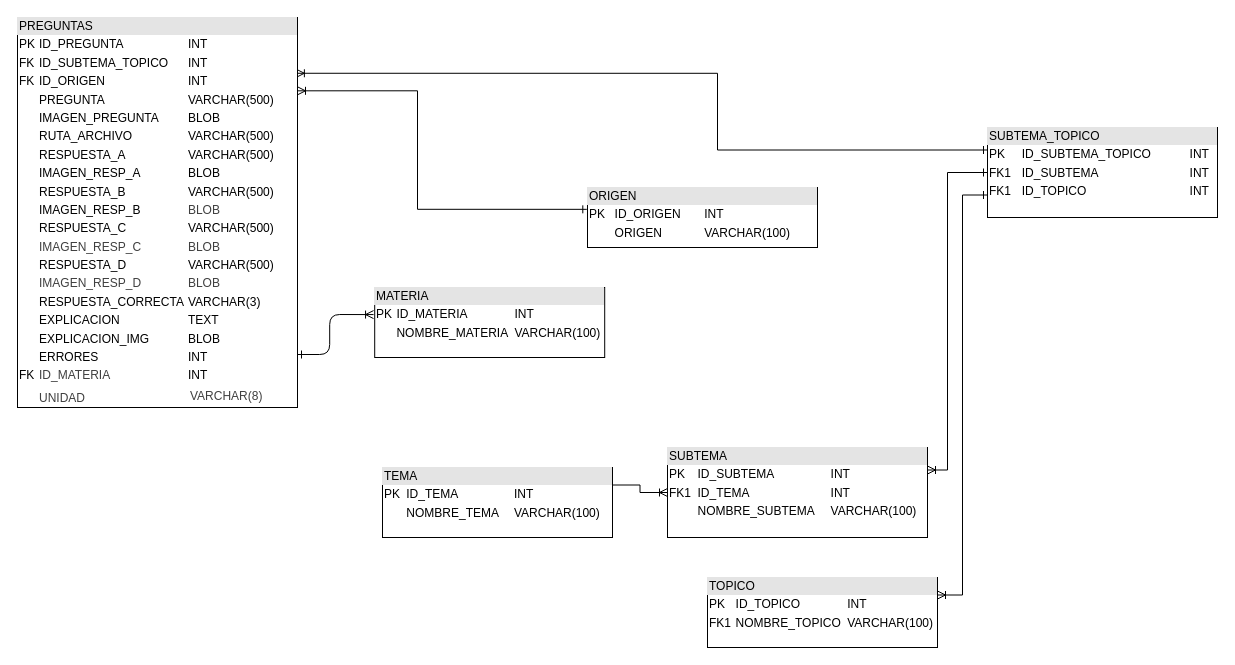
Above: DIAGRAMAS/DIAGRAMA_BD_UML_EXAMTESTER.drawio in AlejandroSaul/EXAMTESTER (draw.io), before the change. Source tidied: cells renumbered, new cells numbered last; positions are measured from the earlier drawing's top-left corner, leaving out a move shared by most shapes. Both pictures are drawn from the tidied source at 100%, with x=0, y=0 at pixel (17, 17).
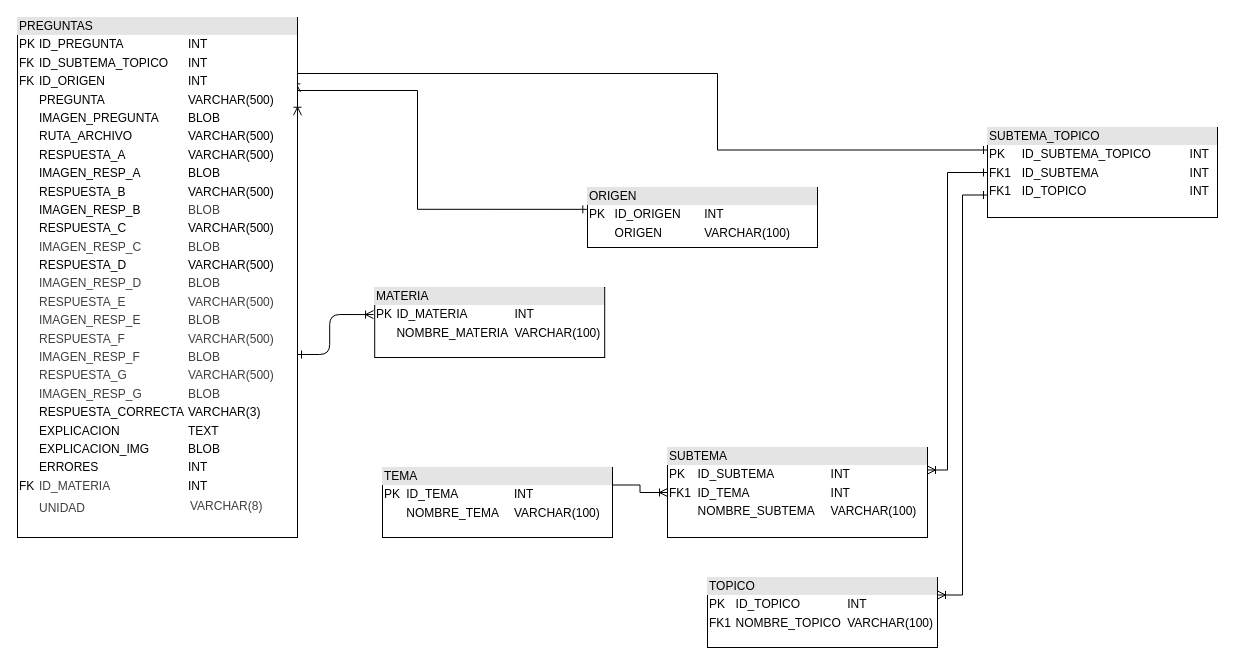
After the change.

The edit, as a diff of the source:
```diff
@@
-    <mxCell id="10" value="&lt;div style=&quot;box-sizing: border-box; width: 100%; background: rgb(228, 228, 228); padding: 2px;&quot;&gt;PREGUNTAS&lt;/div&gt;&lt;table style=&quot;width:100%;font-size:1em;&quot; cellpadding=&quot;2&quot; cellspacing=&quot;0&quot;&gt;&lt;tbody&gt;&lt;tr&gt;&lt;td&gt;PK&lt;/td&gt;&lt;td&gt;ID_PREGUNTA&lt;/td&gt;&lt;td&gt;INT&lt;/td&gt;&lt;/tr&gt;&lt;tr&gt;&lt;td&gt;FK&lt;/td&gt;&lt;td&gt;ID_SUBTEMA_TOPICO&lt;/td&gt;&lt;td&gt;INT&lt;/td&gt;&lt;/tr&gt;&lt;tr&gt;&lt;td&gt;FK&lt;/td&gt;&lt;td&gt;ID_ORIGEN&lt;/td&gt;&lt;td&gt;INT&lt;/td&gt;&lt;/tr&gt;&lt;tr&gt;&lt;td&gt;&lt;br&gt;&lt;/td&gt;&lt;td&gt;PREGUNTA&lt;/td&gt;&lt;td&gt;VARCHAR(500)&lt;/td&gt;&lt;/tr&gt;&lt;tr&gt;&lt;td&gt;&lt;br&gt;&lt;/td&gt;&lt;td&gt;IMAGEN_PREGUNTA&lt;/td&gt;&lt;td&gt;BLOB&lt;/td&gt;&lt;/tr&gt;&lt;tr&gt;&lt;td&gt;&lt;br&gt;&lt;/td&gt;&lt;td&gt;RUTA_ARCHIVO&lt;/td&gt;&lt;td&gt;VARCHAR(500)&lt;/td&gt;&lt;/tr&gt;&lt;tr&gt;&lt;td&gt;&lt;br&gt;&lt;/td&gt;&lt;td&gt;RESPUESTA_A&lt;/td&gt;&lt;td&gt;VARCHAR(500)&lt;/td&gt;&lt;/tr&gt;&lt;tr&gt;&lt;td&gt;&lt;br&gt;&lt;/td&gt;&lt;td&gt;IMAGEN_RESP_A&lt;/td&gt;&lt;td&gt;BLOB&lt;/td&gt;&lt;/tr&gt;&lt;tr&gt;&lt;td&gt;&lt;br&gt;&lt;/td&gt;&lt;td&gt;RESPUESTA_B&lt;/td&gt;&lt;td&gt;VARCHAR(500)&lt;/td&gt;&lt;/tr&gt;&lt;tr&gt;&lt;td&gt;&lt;br&gt;&lt;/td&gt;&lt;td&gt;IMAGEN_RESP_B&lt;/td&gt;&lt;td&gt;&lt;span style=&quot;color: rgb(63, 63, 63);&quot;&gt;BLOB&lt;/span&gt;&lt;/td&gt;&lt;/tr&gt;&lt;tr&gt;&lt;td&gt;&lt;br&gt;&lt;/td&gt;&lt;td&gt;RESPUESTA_C&lt;/td&gt;&lt;td&gt;VARCHAR(500)&lt;/td&gt;&lt;/tr&gt;&lt;tr&gt;&lt;td&gt;&lt;br&gt;&lt;/td&gt;&lt;td&gt;&lt;span style=&quot;color: rgb(63, 63, 63);&quot;&gt;IMAGEN_RESP_C&lt;/span&gt;&lt;/td&gt;&lt;td&gt;&lt;span style=&quot;color: rgb(63, 63, 63);&quot;&gt;BLOB&lt;/span&gt;&lt;/td&gt;&lt;/tr&gt;&lt;tr&gt;&lt;td&gt;&lt;br&gt;&lt;/td&gt;&lt;td&gt;RESPUESTA_D&lt;/td&gt;&lt;td&gt;VARCHAR(500)&lt;/td&gt;&lt;/tr&gt;&lt;tr&gt;&lt;td&gt;&lt;br&gt;&lt;/td&gt;&lt;td&gt;&lt;span style=&quot;color: rgb(63, 63, 63);&quot;&gt;IMAGEN_RESP_D&lt;/span&gt;&lt;/td&gt;&lt;td&gt;&lt;span style=&quot;color: rgb(63, 63, 63);&quot;&gt;BLOB&lt;/span&gt;&lt;/td&gt;&lt;/tr&gt;&lt;tr&gt;&lt;td&gt;&lt;br&gt;&lt;/td&gt;&lt;td&gt;RESPUESTA_CORRECTA&lt;/td&gt;&lt;td&gt;VARCHAR(3)&lt;/td&gt;&lt;/tr&gt;&lt;tr&gt;&lt;td&gt;&lt;br&gt;&lt;/td&gt;&lt;td&gt;EXPLICACION&lt;/td&gt;&lt;td&gt;TEXT&lt;/td&gt;&lt;/tr&gt;&lt;tr&gt;&lt;td&gt;&lt;br&gt;&lt;/td&gt;&lt;td&gt;EXPLICACION_IMG&lt;/td&gt;&lt;td&gt;BLOB&lt;/td&gt;&lt;/tr&gt;&lt;tr&gt;&lt;td&gt;&lt;br&gt;&lt;/td&gt;&lt;td&gt;ERRORES&lt;/td&gt;&lt;td&gt;INT&lt;/td&gt;&lt;/tr&gt;&lt;tr&gt;&lt;td&gt;FK&lt;/td&gt;&lt;td&gt;&lt;span style=&quot;color: rgb(63, 63, 63);&quot;&gt;ID_MATERIA&lt;/span&gt;&lt;/td&gt;&lt;td&gt;INT&lt;/td&gt;&lt;/tr&gt;&lt;tr&gt;&lt;td&gt;&lt;br&gt;&lt;/td&gt;&lt;td&gt;&lt;span style=&quot;color: rgb(63, 63, 63);&quot;&gt;UNIDAD&lt;/span&gt;&lt;/td&gt;&lt;td&gt;&lt;table style=&quot;color: rgb(63, 63, 63); scrollbar-color: rgb(226, 226, 226) rgb(251, 251, 251); font-size: 1em; width: 240px;&quot; cellpadding=&quot;2&quot; cellspacing=&quot;0&quot;&gt;&lt;tbody style=&quot;color: rgb(63, 63, 63); scrollbar-color: rgb(226, 226, 226) rgb(251, 251, 251);&quot;&gt;&lt;tr style=&quot;color: rgb(63, 63, 63); scrollbar-color: rgb(226, 226, 226) rgb(251, 251, 251);&quot;&gt;&lt;td style=&quot;color: rgb(63, 63, 63); scrollbar-color: rgb(226, 226, 226) rgb(251, 251, 251);&quot;&gt;VARCHAR(8)&lt;/td&gt;&lt;/tr&gt;&lt;tr style=&quot;color: rgb(63, 63, 63); scrollbar-color: rgb(226, 226, 226) rgb(251, 251, 251);&quot;&gt;&lt;td style=&quot;color: rgb(63, 63, 63); scrollbar-color: rgb(226, 226, 226) rgb(251, 251, 251);&quot;&gt;&lt;/td&gt;&lt;/tr&gt;&lt;/tbody&gt;&lt;/table&gt;&lt;/td&gt;&lt;/tr&gt;&lt;/tbody&gt;&lt;/table&gt;" style="verticalAlign=top;align=left;overflow=fill;html=1;whiteSpace=wrap;" parent="1" vertex="1">
-      <mxGeometry width="280" height="390" as="geometry" />
+    <mxCell id="10" value="&lt;div style=&quot;box-sizing: border-box; width: 100%; background: rgb(228, 228, 228); padding: 2px;&quot;&gt;PREGUNTAS&lt;/div&gt;&lt;table style=&quot;width:100%;font-size:1em;&quot; cellpadding=&quot;2&quot; cellspacing=&quot;0&quot;&gt;&lt;tbody&gt;&lt;tr&gt;&lt;td&gt;PK&lt;/td&gt;&lt;td&gt;ID_PREGUNTA&lt;/td&gt;&lt;td&gt;INT&lt;/td&gt;&lt;/tr&gt;&lt;tr&gt;&lt;td&gt;FK&lt;/td&gt;&lt;td&gt;ID_SUBTEMA_TOPICO&lt;/td&gt;&lt;td&gt;INT&lt;/td&gt;&lt;/tr&gt;&lt;tr&gt;&lt;td&gt;FK&lt;/td&gt;&lt;td&gt;ID_ORIGEN&lt;/td&gt;&lt;td&gt;INT&lt;/td&gt;&lt;/tr&gt;&lt;tr&gt;&lt;td&gt;&lt;br&gt;&lt;/td&gt;&lt;td&gt;PREGUNTA&lt;/td&gt;&lt;td&gt;VARCHAR(500)&lt;/td&gt;&lt;/tr&gt;&lt;tr&gt;&lt;td&gt;&lt;br&gt;&lt;/td&gt;&lt;td&gt;IMAGEN_PREGUNTA&lt;/td&gt;&lt;td&gt;BLOB&lt;/td&gt;&lt;/tr&gt;&lt;tr&gt;&lt;td&gt;&lt;br&gt;&lt;/td&gt;&lt;td&gt;RUTA_ARCHIVO&lt;/td&gt;&lt;td&gt;VARCHAR(500)&lt;/td&gt;&lt;/tr&gt;&lt;tr&gt;&lt;td&gt;&lt;br&gt;&lt;/td&gt;&lt;td&gt;RESPUESTA_A&lt;/td&gt;&lt;td&gt;VARCHAR(500)&lt;/td&gt;&lt;/tr&gt;&lt;tr&gt;&lt;td&gt;&lt;br&gt;&lt;/td&gt;&lt;td&gt;IMAGEN_RESP_A&lt;/td&gt;&lt;td&gt;BLOB&lt;/td&gt;&lt;/tr&gt;&lt;tr&gt;&lt;td&gt;&lt;br&gt;&lt;/td&gt;&lt;td&gt;RESPUESTA_B&lt;/td&gt;&lt;td&gt;VARCHAR(500)&lt;/td&gt;&lt;/tr&gt;&lt;tr&gt;&lt;td&gt;&lt;br&gt;&lt;/td&gt;&lt;td&gt;IMAGEN_RESP_B&lt;/td&gt;&lt;td&gt;&lt;span style=&quot;color: rgb(63, 63, 63);&quot;&gt;BLOB&lt;/span&gt;&lt;/td&gt;&lt;/tr&gt;&lt;tr&gt;&lt;td&gt;&lt;br&gt;&lt;/td&gt;&lt;td&gt;RESPUESTA_C&lt;/td&gt;&lt;td&gt;VARCHAR(500)&lt;/td&gt;&lt;/tr&gt;&lt;tr&gt;&lt;td&gt;&lt;br&gt;&lt;/td&gt;&lt;td&gt;&lt;span style=&quot;color: rgb(63, 63, 63);&quot;&gt;IMAGEN_RESP_C&lt;/span&gt;&lt;/td&gt;&lt;td&gt;&lt;span style=&quot;color: rgb(63, 63, 63);&quot;&gt;BLOB&lt;/span&gt;&lt;/td&gt;&lt;/tr&gt;&lt;tr&gt;&lt;td&gt;&lt;br&gt;&lt;/td&gt;&lt;td&gt;RESPUESTA_D&lt;/td&gt;&lt;td&gt;VARCHAR(500)&lt;/td&gt;&lt;/tr&gt;&lt;tr&gt;&lt;td&gt;&lt;br&gt;&lt;/td&gt;&lt;td&gt;&lt;span style=&quot;color: rgb(63, 63, 63);&quot;&gt;IMAGEN_RESP_D&lt;/span&gt;&lt;/td&gt;&lt;td&gt;&lt;span style=&quot;color: rgb(63, 63, 63);&quot;&gt;BLOB&lt;/span&gt;&lt;/td&gt;&lt;/tr&gt;&lt;tr&gt;&lt;td&gt;&lt;br&gt;&lt;/td&gt;&lt;td&gt;&lt;span style=&quot;color: rgb(63, 63, 63);&quot;&gt;RESPUESTA_E&lt;/span&gt;&lt;/td&gt;&lt;td&gt;&lt;span style=&quot;color: rgb(63, 63, 63);&quot;&gt;VARCHAR(500)&lt;/span&gt;&lt;/td&gt;&lt;/tr&gt;&lt;tr&gt;&lt;td&gt;&lt;br&gt;&lt;/td&gt;&lt;td&gt;&lt;span style=&quot;color: rgb(63, 63, 63);&quot;&gt;IMAGEN_RESP_E&lt;/span&gt;&lt;/td&gt;&lt;td&gt;&lt;span style=&quot;color: rgb(63, 63, 63);&quot;&gt;BLOB&lt;/span&gt;&lt;/td&gt;&lt;/tr&gt;&lt;tr&gt;&lt;td&gt;&lt;br&gt;&lt;/td&gt;&lt;td&gt;&lt;span style=&quot;color: rgb(63, 63, 63);&quot;&gt;RESPUESTA_F&lt;/span&gt;&lt;/td&gt;&lt;td&gt;&lt;span style=&quot;color: rgb(63, 63, 63);&quot;&gt;VARCHAR(500)&lt;/span&gt;&lt;/td&gt;&lt;/tr&gt;&lt;tr&gt;&lt;td&gt;&lt;br&gt;&lt;/td&gt;&lt;td&gt;&lt;span style=&quot;color: rgb(63, 63, 63);&quot;&gt;IMAGEN_RESP_F&lt;/span&gt;&lt;/td&gt;&lt;td&gt;&lt;span style=&quot;color: rgb(63, 63, 63);&quot;&gt;BLOB&lt;/span&gt;&lt;/td&gt;&lt;/tr&gt;&lt;tr&gt;&lt;td&gt;&lt;br&gt;&lt;/td&gt;&lt;td&gt;&lt;span style=&quot;color: rgb(63, 63, 63);&quot;&gt;RESPUESTA_G&lt;/span&gt;&lt;/td&gt;&lt;td&gt;&lt;span style=&quot;color: rgb(63, 63, 63);&quot;&gt;VARCHAR(500)&lt;/span&gt;&lt;/td&gt;&lt;/tr&gt;&lt;tr&gt;&lt;td&gt;&lt;br&gt;&lt;/td&gt;&lt;td&gt;&lt;span style=&quot;color: rgb(63, 63, 63);&quot;&gt;IMAGEN_RESP_G&lt;/span&gt;&lt;/td&gt;&lt;td&gt;&lt;span style=&quot;color: rgb(63, 63, 63);&quot;&gt;BLOB&lt;/span&gt;&lt;/td&gt;&lt;/tr&gt;&lt;tr&gt;&lt;td&gt;&lt;br&gt;&lt;/td&gt;&lt;td&gt;RESPUESTA_CORRECTA&lt;/td&gt;&lt;td&gt;VARCHAR(3)&lt;/td&gt;&lt;/tr&gt;&lt;tr&gt;&lt;td&gt;&lt;br&gt;&lt;/td&gt;&lt;td&gt;EXPLICACION&lt;/td&gt;&lt;td&gt;TEXT&lt;/td&gt;&lt;/tr&gt;&lt;tr&gt;&lt;td&gt;&lt;br&gt;&lt;/td&gt;&lt;td&gt;EXPLICACION_IMG&lt;/td&gt;&lt;td&gt;BLOB&lt;/td&gt;&lt;/tr&gt;&lt;tr&gt;&lt;td&gt;&lt;br&gt;&lt;/td&gt;&lt;td&gt;ERRORES&lt;/td&gt;&lt;td&gt;INT&lt;/td&gt;&lt;/tr&gt;&lt;tr&gt;&lt;td&gt;FK&lt;/td&gt;&lt;td&gt;&lt;span style=&quot;color: rgb(63, 63, 63);&quot;&gt;ID_MATERIA&lt;/span&gt;&lt;/td&gt;&lt;td&gt;INT&lt;/td&gt;&lt;/tr&gt;&lt;tr&gt;&lt;td&gt;&lt;br&gt;&lt;/td&gt;&lt;td&gt;&lt;span style=&quot;color: rgb(63, 63, 63);&quot;&gt;UNIDAD&lt;/span&gt;&lt;/td&gt;&lt;td&gt;&lt;table style=&quot;color: rgb(63, 63, 63); scrollbar-color: rgb(226, 226, 226) rgb(251, 251, 251); font-size: 1em; width: 240px;&quot; cellpadding=&quot;2&quot; cellspacing=&quot;0&quot;&gt;&lt;tbody style=&quot;color: rgb(63, 63, 63); scrollbar-color: rgb(226, 226, 226) rgb(251, 251, 251);&quot;&gt;&lt;tr style=&quot;color: rgb(63, 63, 63); scrollbar-color: rgb(226, 226, 226) rgb(251, 251, 251);&quot;&gt;&lt;td style=&quot;color: rgb(63, 63, 63); scrollbar-color: rgb(226, 226, 226) rgb(251, 251, 251);&quot;&gt;VARCHAR(8)&lt;/td&gt;&lt;/tr&gt;&lt;tr style=&quot;color: rgb(63, 63, 63); scrollbar-color: rgb(226, 226, 226) rgb(251, 251, 251);&quot;&gt;&lt;td style=&quot;color: rgb(63, 63, 63); scrollbar-color: rgb(226, 226, 226) rgb(251, 251, 251);&quot;&gt;&lt;/td&gt;&lt;/tr&gt;&lt;/tbody&gt;&lt;/table&gt;&lt;/td&gt;&lt;/tr&gt;&lt;/tbody&gt;&lt;/table&gt;" style="verticalAlign=top;align=left;overflow=fill;html=1;whiteSpace=wrap;" parent="1" vertex="1">
+      <mxGeometry width="280" height="520" as="geometry" />
     </mxCell>
```
